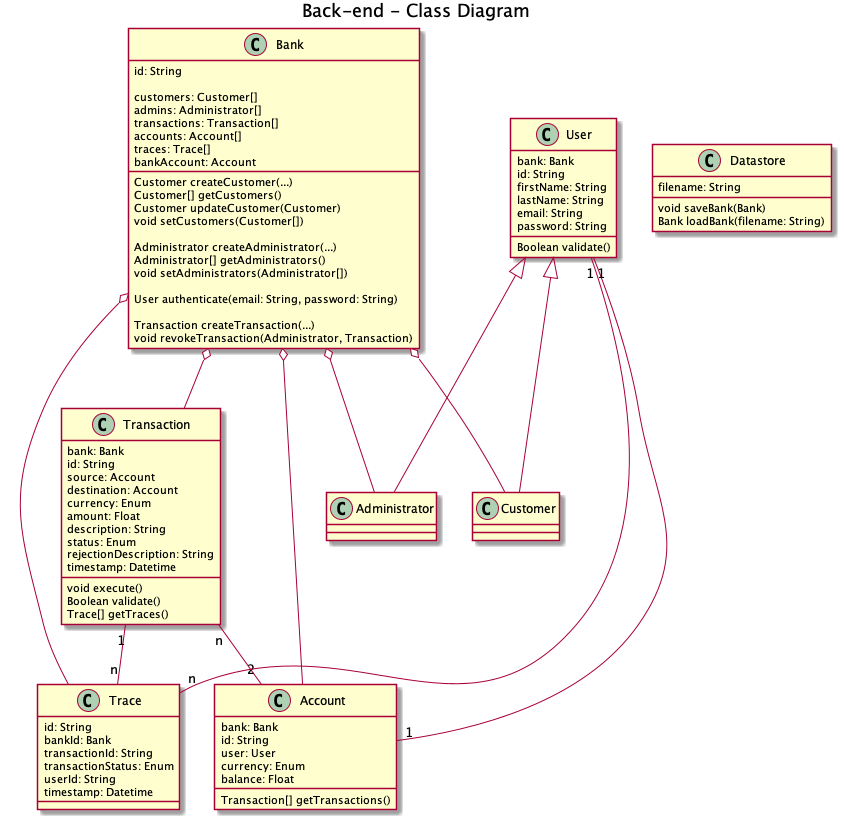
The PlantUML diagram docs/classes/backend-classes.png in Sysmod-2021/bankappbackend, before a commit.
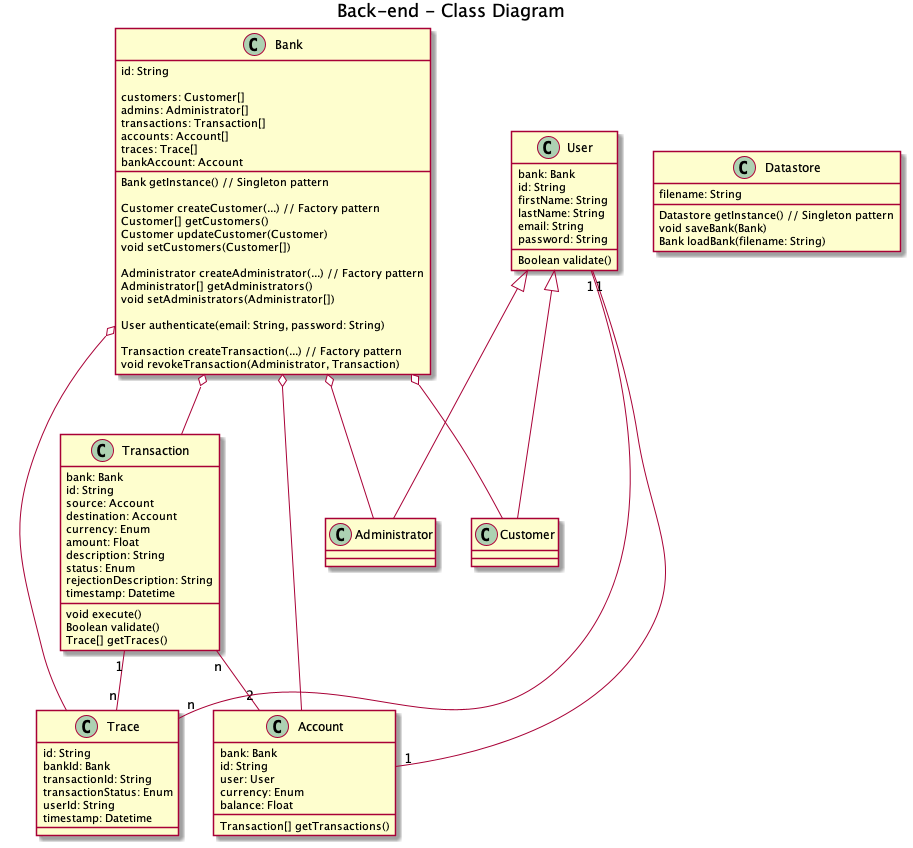
The same diagram one commit later.

Commit message:
#30 Updating the class diagram

Change to the diagram source:
```diff
@@ -12,18 +12,20 @@
     traces: Trace[]
     bankAccount: Account
 
-    Customer createCustomer(...)
+    Bank getInstance() // Singleton pattern
+
+    Customer createCustomer(...) // Factory pattern
     Customer[] getCustomers()
     Customer updateCustomer(Customer)
     void setCustomers(Customer[])
 
-    Administrator createAdministrator(...)
+    Administrator createAdministrator(...) // Factory pattern
     Administrator[] getAdministrators()
     void setAdministrators(Administrator[])
 
     User authenticate(email: String, password: String)
 
-    Transaction createTransaction(...)
+    Transaction createTransaction(...) // Factory pattern
     void revokeTransaction(Administrator, Transaction)
 }
 
@@ -83,6 +85,7 @@
 class Datastore {
     filename: String
 
+    Datastore getInstance() // Singleton pattern
     void saveBank(Bank)
     Bank loadBank(filename: String)
 }
```
